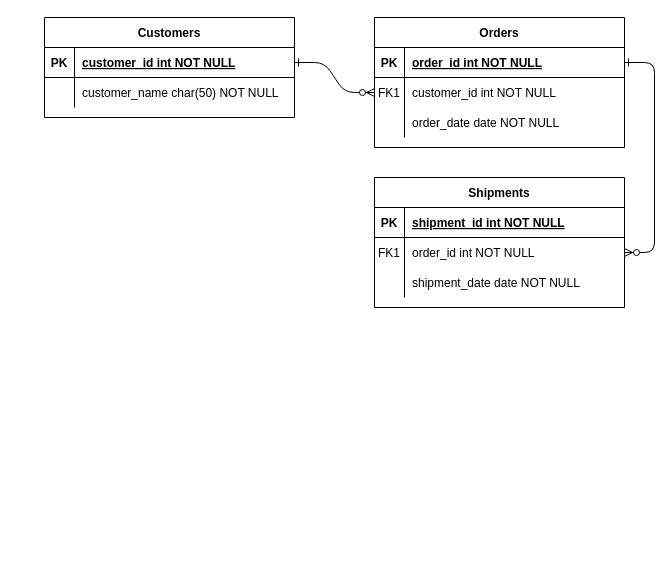
This is Untitled Diagram.drawio from clumpkins85/week8, a draw.io file, before an edit. Source tidied: cells renumbered, new cells numbered last; positions are measured from the earlier drawing's top-left corner, leaving out a move shared by most shapes. Both pictures are drawn from the tidied source at 100%, with x=0, y=0 at pixel (44, 17).
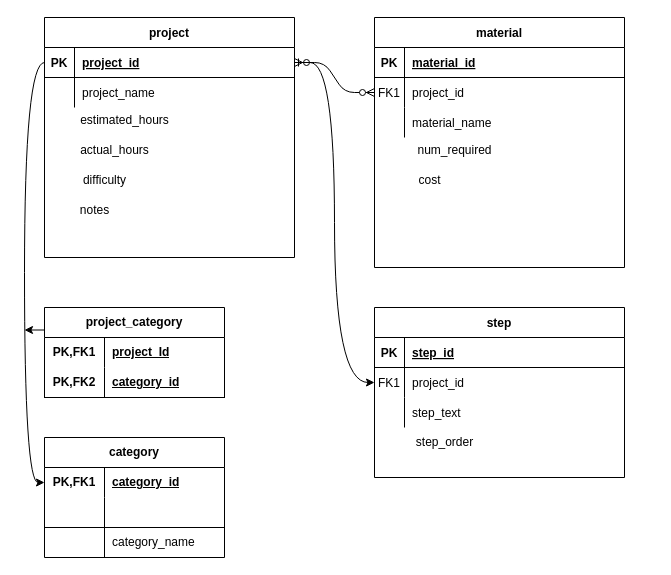
Above is the later version.

The change refers to these unchanged cells:
```xml
<mxCell id="5" style="shape=partialRectangle;fillColor=none;points=[[0,0.5],[1,0.5]];portConstraint=eastwest;top=0;left=0;right=0;bottom=1;" parent="4" vertex="1">
  <mxGeometry y="30" width="250" height="30" as="geometry" />
</mxCell>
<mxCell id="8" style="shape=partialRectangle;fillColor=none;points=[[0,0.5],[1,0.5]];portConstraint=eastwest;top=0;left=0;right=0;bottom=0;" parent="4" vertex="1">
  <mxGeometry y="60" width="250" height="30" as="geometry" />
</mxCell>
<mxCell id="11" style="shape=partialRectangle;fillColor=none;top=0;left=0;right=0;bottom=0;" parent="4" vertex="1">
  <mxGeometry y="90" width="250" height="30" as="geometry" />
</mxCell>
<mxCell id="15" style="shape=partialRectangle;fillColor=none;top=0;left=0;right=0;bottom=1;" parent="14" vertex="1">
  <mxGeometry y="30" width="250" height="30" as="geometry" />
</mxCell>
<mxCell id="18" style="shape=partialRectangle;fillColor=none;points=[[0,0.5],[1,0.5]];portConstraint=eastwest;top=0;left=0;right=0;bottom=0;" parent="14" vertex="1">
  <mxGeometry y="60" width="250" height="30" as="geometry" />
</mxCell>
<mxCell id="21" style="shape=partialRectangle;fillColor=none;top=0;left=0;right=0;bottom=0;" parent="14" vertex="1">
  <mxGeometry y="90" width="250" height="30" as="geometry" />
</mxCell>
<mxCell id="25" style="shape=partialRectangle;fillColor=none;points=[[0,0.5],[1,0.5]];portConstraint=eastwest;top=0;left=0;right=0;bottom=1;" parent="24" vertex="1">
  <mxGeometry y="30" width="250" height="30" as="geometry" />
</mxCell>
<mxCell id="28" style="shape=partialRectangle;fillColor=none;top=0;left=0;right=0;bottom=0;" parent="24" vertex="1">
  <mxGeometry y="60" width="250" height="30" as="geometry" />
</mxCell>
```

Change to the diagram source:
```diff
@@
-    <mxCell id="3" style="edgeStyle=entityRelationEdgeStyle;endArrow=ERzeroToMany;startArrow=ERone;endFill=1;startFill=0;" parent="1" edge="1" source="5" target="18">
-      <mxGeometry relative="1" as="geometry" />
-    </mxCell>
-    <mxCell id="4" value="Orders" style="shape=table;startSize=30;childLayout=tableLayout;rowLines=0;fontStyle=1;align=center;" parent="1" vertex="1">
-      <mxGeometry x="330" width="250" height="130" as="geometry" />
+    <mxCell id="4" value="material" style="shape=table;startSize=30;childLayout=tableLayout;rowLines=0;fontStyle=1;align=center;" parent="1" vertex="1">
+      <mxGeometry x="330" width="250" height="250" as="geometry" />
     </mxCell>
@@
-    <mxCell id="7" value="order_id int NOT NULL " style="shape=partialRectangle;overflow=hidden;fillColor=none;top=0;left=0;bottom=0;right=0;align=left;spacingLeft=6;fontStyle=5;" parent="5" vertex="1">
+    <mxCell id="7" value="material_id" style="shape=partialRectangle;overflow=hidden;fillColor=none;top=0;left=0;bottom=0;right=0;align=left;spacingLeft=6;fontStyle=5;" parent="5" vertex="1">
       <mxGeometry x="30" width="220" height="30" as="geometry" />
     </mxCell>
@@
-    <mxCell id="10" value="customer_id int NOT NULL" style="shape=partialRectangle;overflow=hidden;fillColor=none;top=0;left=0;bottom=0;right=0;align=left;spacingLeft=6;" parent="8" vertex="1">
+    <mxCell id="10" value="project_id" style="shape=partialRectangle;overflow=hidden;fillColor=none;top=0;left=0;bottom=0;right=0;align=left;spacingLeft=6;" parent="8" vertex="1">
       <mxGeometry x="30" width="220" height="30" as="geometry" />
     </mxCell>
@@
-    <mxCell id="13" value="order_date date NOT NULL" style="shape=partialRectangle;overflow=hidden;fillColor=none;top=0;left=0;bottom=0;right=0;align=left;spacingLeft=6;" parent="11" vertex="1">
+    <mxCell id="13" value="material_name" style="shape=partialRectangle;overflow=hidden;fillColor=none;top=0;left=0;bottom=0;right=0;align=left;spacingLeft=6;" parent="11" vertex="1">
       <mxGeometry x="30" width="220" height="30" as="geometry" />
     </mxCell>
-    <mxCell id="14" value="Shipments" style="shape=table;startSize=30;childLayout=tableLayout;rowLines=0;fontStyle=1;align=center;" parent="1" vertex="1">
-      <mxGeometry x="330" y="160" width="250" height="130" as="geometry" />
+    <mxCell id="14" value="step" style="shape=table;startSize=30;childLayout=tableLayout;rowLines=0;fontStyle=1;align=center;" parent="1" vertex="1">
+      <mxGeometry x="330" y="290" width="250" height="170" as="geometry" />
     </mxCell>
@@
-    <mxCell id="17" value="shipment_id int NOT NULL " style="shape=partialRectangle;overflow=hidden;fillColor=none;top=0;left=0;bottom=0;right=0;align=left;spacingLeft=6;fontStyle=5;" parent="15" vertex="1">
+    <mxCell id="17" value="step_id" style="shape=partialRectangle;overflow=hidden;fillColor=none;top=0;left=0;bottom=0;right=0;align=left;spacingLeft=6;fontStyle=5;" parent="15" vertex="1">
       <mxGeometry x="30" width="220" height="30" as="geometry" />
     </mxCell>
@@
-    <mxCell id="20" value="order_id int NOT NULL" style="shape=partialRectangle;overflow=hidden;fillColor=none;top=0;left=0;bottom=0;right=0;align=left;spacingLeft=6;" parent="18" vertex="1">
+    <mxCell id="20" value="project_id" style="shape=partialRectangle;overflow=hidden;fillColor=none;top=0;left=0;bottom=0;right=0;align=left;spacingLeft=6;" parent="18" vertex="1">
       <mxGeometry x="30" width="220" height="30" as="geometry" />
     </mxCell>
@@
-    <mxCell id="23" value="shipment_date date NOT NULL" style="shape=partialRectangle;overflow=hidden;fillColor=none;top=0;left=0;bottom=0;right=0;align=left;spacingLeft=6;" parent="21" vertex="1">
+    <mxCell id="23" value="step_text" style="shape=partialRectangle;overflow=hidden;fillColor=none;top=0;left=0;bottom=0;right=0;align=left;spacingLeft=6;" parent="21" vertex="1">
       <mxGeometry x="30" width="220" height="30" as="geometry" />
     </mxCell>
-    <mxCell id="24" value="Customers" style="shape=table;startSize=30;childLayout=tableLayout;rowLines=0;fontStyle=1;align=center;" parent="1" vertex="1">
-      <mxGeometry width="250" height="100" as="geometry" />
+    <mxCell id="24" value="project" style="shape=table;startSize=30;childLayout=tableLayout;rowLines=0;fontStyle=1;align=center;" parent="1" vertex="1">
+      <mxGeometry width="250" height="240" as="geometry" />
     </mxCell>
@@
-    <mxCell id="27" value="customer_id int NOT NULL " style="shape=partialRectangle;overflow=hidden;fillColor=none;top=0;left=0;bottom=0;right=0;align=left;spacingLeft=6;fontStyle=5;" parent="25" vertex="1">
+    <mxCell id="27" value="project_id" style="shape=partialRectangle;overflow=hidden;fillColor=none;top=0;left=0;bottom=0;right=0;align=left;spacingLeft=6;fontStyle=5;" parent="25" vertex="1">
       <mxGeometry x="30" width="220" height="30" as="geometry" />
     </mxCell>
@@
-    <mxCell id="30" value="customer_name char(50) NOT NULL" style="shape=partialRectangle;overflow=hidden;fillColor=none;top=0;left=0;bottom=0;right=0;align=left;spacingLeft=6;" parent="28" vertex="1">
+    <mxCell id="30" value="project_name" style="shape=partialRectangle;overflow=hidden;fillColor=none;top=0;left=0;bottom=0;right=0;align=left;spacingLeft=6;" parent="28" vertex="1">
       <mxGeometry x="30" width="220" height="30" as="geometry" />
     </mxCell>
+    <mxCell id="31" value="estimated_hours" style="text;html=1;align=center;verticalAlign=middle;strokeColor=none;fillColor=none;" parent="1" vertex="1">
+      <mxGeometry x="25" y="88" width="110" height="30" as="geometry" />
+    </mxCell>
+    <mxCell id="32" value="actual_hours" style="text;html=1;align=center;verticalAlign=middle;strokeColor=none;fillColor=none;" parent="1" vertex="1">
+      <mxGeometry x="25" y="118" width="90" height="30" as="geometry" />
+    </mxCell>
+    <mxCell id="33" value="difficulty" style="text;html=1;align=center;verticalAlign=middle;strokeColor=none;fillColor=none;" parent="1" vertex="1">
+      <mxGeometry x="25" y="148" width="70" height="30" as="geometry" />
+    </mxCell>
+    <mxCell id="34" value="notes&lt;br&gt;" style="text;html=1;align=center;verticalAlign=middle;strokeColor=none;fillColor=none;" parent="1" vertex="1">
+      <mxGeometry x="25" y="178" width="50" height="30" as="geometry" />
+    </mxCell>
+    <mxCell id="35" value="num_required" style="text;html=1;align=center;verticalAlign=middle;strokeColor=none;fillColor=none;" parent="1" vertex="1">
+      <mxGeometry x="360" y="118" width="100" height="30" as="geometry" />
+    </mxCell>
+    <mxCell id="36" value="cost&lt;br&gt;" style="text;html=1;align=center;verticalAlign=middle;strokeColor=none;fillColor=none;" parent="1" vertex="1">
+      <mxGeometry x="360" y="148" width="50" height="30" as="geometry" />
+    </mxCell>
+    <mxCell id="37" value="step_order" style="text;html=1;align=center;verticalAlign=middle;strokeColor=none;fillColor=none;" parent="1" vertex="1">
+      <mxGeometry x="360" y="410" width="80" height="30" as="geometry" />
+    </mxCell>
+    <mxCell id="38" style="edgeStyle=orthogonalEdgeStyle;jettySize=auto;html=1;exitX=1;exitY=0.5;exitDx=0;exitDy=0;entryX=0;entryY=0.5;entryDx=0;entryDy=0;curved=1;startArrow=ERzeroToMany;startFill=0;" parent="1" edge="1" source="25" target="18">
+      <mxGeometry relative="1" as="geometry" />
+    </mxCell>
+    <mxCell id="39" style="edgeStyle=orthogonalEdgeStyle;rounded=0;jettySize=auto;html=1;exitX=0;exitY=0.25;exitDx=0;exitDy=0;" parent="1" edge="1" source="40">
+      <mxGeometry relative="1" as="geometry">
+        <mxPoint x="-20" y="313" as="targetPoint" />
+      </mxGeometry>
+    </mxCell>
+    <mxCell id="40" value="project_category" style="shape=table;startSize=30;childLayout=tableLayout;rowLines=0;fontStyle=1;align=center;html=1;whiteSpace=wrap;" parent="1" vertex="1">
+      <mxGeometry y="290" width="180" height="90" as="geometry" />
+    </mxCell>
+    <mxCell id="41" style="shape=tableRow;horizontal=0;startSize=0;swimlaneHead=0;swimlaneBody=0;fillColor=none;top=0;left=0;right=0;bottom=0;html=1;" parent="40" vertex="1">
+      <mxGeometry y="30" width="180" height="30" as="geometry" />
+    </mxCell>
+    <mxCell id="42" value="PK,FK1" style="shape=partialRectangle;fillColor=none;top=0;left=0;bottom=0;right=0;fontStyle=1;overflow=hidden;html=1;whiteSpace=wrap;" parent="41" vertex="1">
+      <mxGeometry width="60" height="30" as="geometry" />
+    </mxCell>
+    <mxCell id="43" value="project_Id" style="shape=partialRectangle;fillColor=none;top=0;left=0;bottom=0;right=0;align=left;spacingLeft=6;fontStyle=5;overflow=hidden;html=1;whiteSpace=wrap;" parent="41" vertex="1">
+      <mxGeometry x="60" width="120" height="30" as="geometry" />
+    </mxCell>
+    <mxCell id="44" style="shape=tableRow;horizontal=0;startSize=0;swimlaneHead=0;swimlaneBody=0;fillColor=none;top=0;left=0;right=0;bottom=1;html=1;" parent="40" vertex="1">
+      <mxGeometry y="60" width="180" height="30" as="geometry" />
+    </mxCell>
+    <mxCell id="45" value="PK,FK2" style="shape=partialRectangle;fillColor=none;top=0;left=0;bottom=0;right=0;fontStyle=1;overflow=hidden;html=1;whiteSpace=wrap;" parent="44" vertex="1">
+      <mxGeometry width="60" height="30" as="geometry" />
+    </mxCell>
+    <mxCell id="46" value="category_id" style="shape=partialRectangle;fillColor=none;top=0;left=0;bottom=0;right=0;align=left;spacingLeft=6;fontStyle=5;overflow=hidden;html=1;whiteSpace=wrap;" parent="44" vertex="1">
+      <mxGeometry x="60" width="120" height="30" as="geometry" />
+    </mxCell>
+    <mxCell id="47" value="category" style="shape=table;startSize=30;childLayout=tableLayout;rowLines=0;fontStyle=1;align=center;html=1;whiteSpace=wrap;" parent="1" vertex="1">
+      <mxGeometry y="420" width="180" height="120" as="geometry" />
+    </mxCell>
+    <mxCell id="48" style="shape=tableRow;horizontal=0;startSize=0;swimlaneHead=0;swimlaneBody=0;fillColor=none;points=[[0,0.5],[1,0.5]];portConstraint=eastwest;top=0;left=0;right=0;bottom=0;html=1;" parent="47" vertex="1">
+      <mxGeometry y="30" width="180" height="30" as="geometry" />
+    </mxCell>
+    <mxCell id="49" value="PK,FK1" style="shape=partialRectangle;fillColor=none;top=0;left=0;bottom=0;right=0;fontStyle=1;overflow=hidden;html=1;whiteSpace=wrap;" parent="48" vertex="1">
+      <mxGeometry width="60" height="30" as="geometry" />
+    </mxCell>
+    <mxCell id="50" value="category_id" style="shape=partialRectangle;fillColor=none;top=0;left=0;bottom=0;right=0;align=left;spacingLeft=6;fontStyle=5;overflow=hidden;html=1;whiteSpace=wrap;" parent="48" vertex="1">
+      <mxGeometry x="60" width="120" height="30" as="geometry" />
+    </mxCell>
+    <mxCell id="51" style="shape=tableRow;horizontal=0;startSize=0;swimlaneHead=0;swimlaneBody=0;fillColor=none;top=0;left=0;right=0;bottom=1;html=1;" parent="47" vertex="1">
+      <mxGeometry y="60" width="180" height="30" as="geometry" />
+    </mxCell>
+    <mxCell id="52" style="shape=partialRectangle;fillColor=none;top=0;left=0;bottom=0;right=0;fontStyle=1;overflow=hidden;html=1;whiteSpace=wrap;" parent="51" vertex="1">
+      <mxGeometry width="60" height="30" as="geometry" />
+    </mxCell>
+    <mxCell id="53" style="shape=partialRectangle;fillColor=none;top=0;left=0;bottom=0;right=0;align=left;spacingLeft=6;fontStyle=5;overflow=hidden;html=1;whiteSpace=wrap;" parent="51" vertex="1">
+      <mxGeometry x="60" width="120" height="30" as="geometry" />
+    </mxCell>
+    <mxCell id="54" style="shape=tableRow;horizontal=0;startSize=0;swimlaneHead=0;swimlaneBody=0;fillColor=none;top=0;left=0;right=0;bottom=0;html=1;" parent="47" vertex="1">
+      <mxGeometry y="90" width="180" height="30" as="geometry" />
+    </mxCell>
+    <mxCell id="55" style="shape=partialRectangle;fillColor=none;top=0;left=0;bottom=0;right=0;overflow=hidden;html=1;whiteSpace=wrap;" parent="54" vertex="1">
+      <mxGeometry width="60" height="30" as="geometry" />
+    </mxCell>
+    <mxCell id="56" value="category_name" style="shape=partialRectangle;fillColor=none;top=0;left=0;bottom=0;right=0;align=left;spacingLeft=6;overflow=hidden;html=1;whiteSpace=wrap;" parent="54" vertex="1">
+      <mxGeometry x="60" width="120" height="30" as="geometry" />
+    </mxCell>
+    <mxCell id="57" style="edgeStyle=orthogonalEdgeStyle;jettySize=auto;html=1;exitX=0;exitY=0.5;exitDx=0;exitDy=0;entryX=0;entryY=0.5;entryDx=0;entryDy=0;curved=1;" parent="1" edge="1" source="25" target="48">
+      <mxGeometry relative="1" as="geometry" />
+    </mxCell>
```
